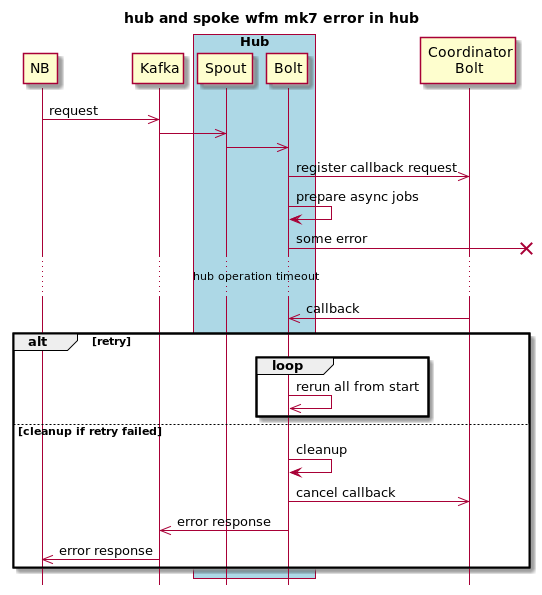
Before: docs/design/hub-and-spoke/v7/wfm-error-hub.png, a diagram exported from PlantUML (telstra/open-kilda).
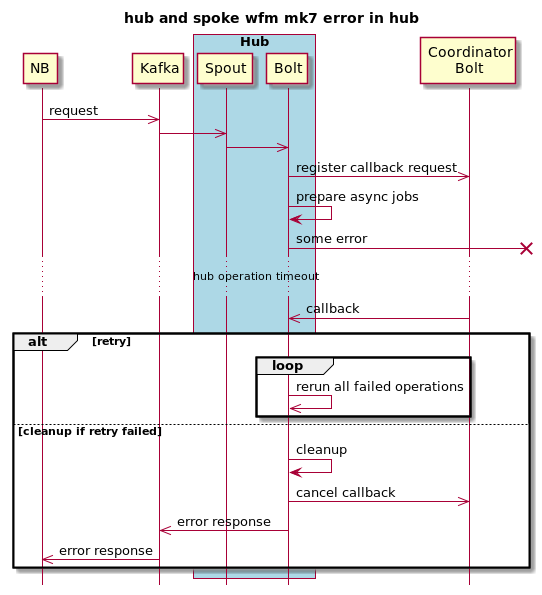
Later version of the same file.

The edit, as a diff of the source:
```diff
@@ -25,7 +25,7 @@
 coordinator ->> bolt_hub : callback
 alt retry
     loop
-        bolt_hub ->> bolt_hub: rerun all from start
+        bolt_hub ->> bolt_hub: rerun all failed operations
     end
 else cleanup if retry failed
     bolt_hub -> bolt_hub : cleanup
```
